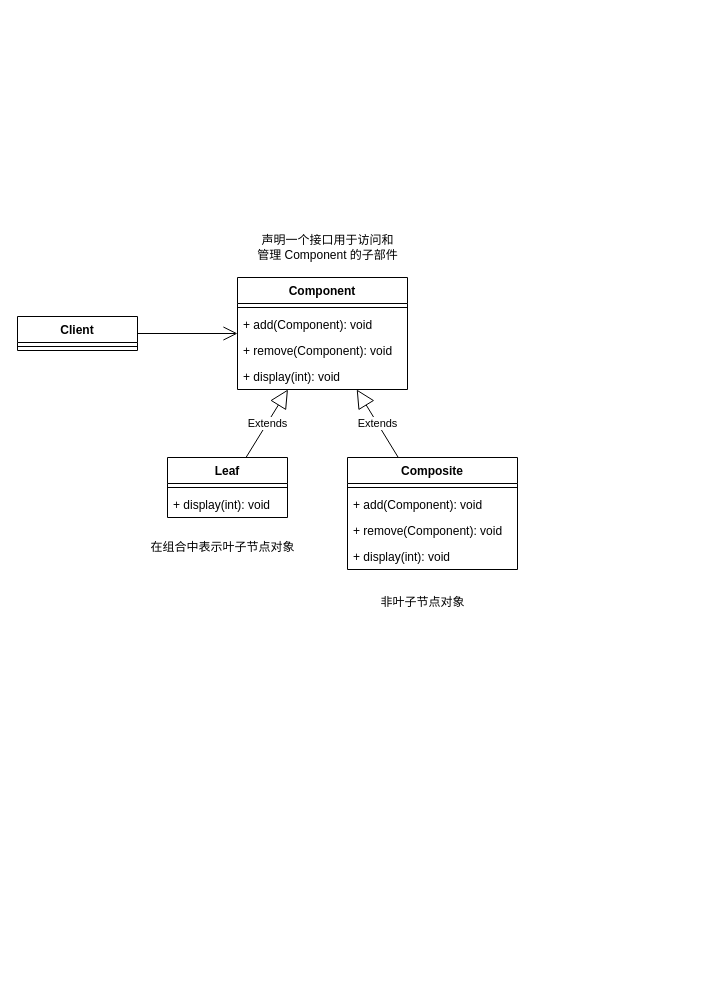
Above: page "组合、迭代器、单例" (6 of 8) of 设计模式.drawio in studeyang/drawio-workspace (draw.io), before the change. Source tidied: cells renumbered, new cells numbered last; positions are measured from the earlier drawing's top-left corner, leaving out a move shared by most shapes. Both pictures are drawn from the tidied source at 100%, with x=0, y=0 at pixel (17, 227).
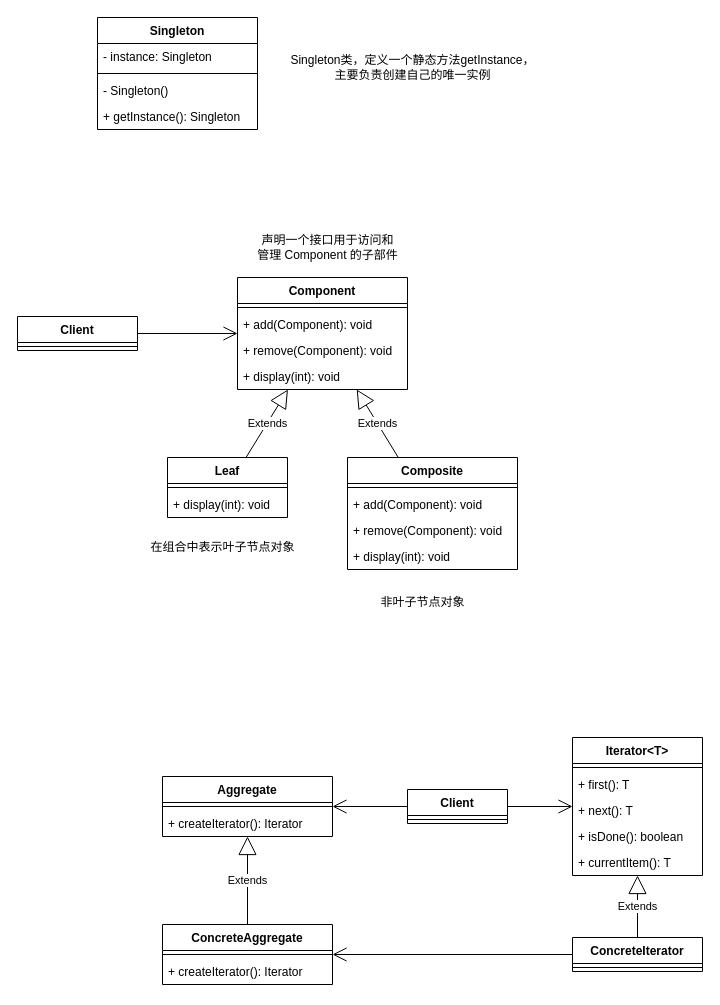
Above is the later version.

Diff of the diagram source:
```diff
@@
+    <mxCell id="23" value="Aggregate" style="swimlane;fontStyle=1;align=center;verticalAlign=top;horizontal=1;startSize=26;rounded=0;" parent="1" vertex="1">
+      <mxGeometry x="145" y="549" width="170" height="60" as="geometry" />
+    </mxCell>
+    <mxCell id="24" style="line;strokeWidth=1;fillColor=none;align=left;verticalAlign=middle;spacingTop=-1;spacingLeft=3;spacingRight=3;labelPosition=right;strokeColor=inherit;rounded=0;" parent="23" vertex="1">
+      <mxGeometry y="26" width="170" height="8" as="geometry" />
+    </mxCell>
+    <mxCell id="25" value="+ createIterator(): Iterator" style="text;strokeColor=none;fillColor=none;align=left;verticalAlign=top;spacingLeft=4;spacingRight=4;overflow=hidden;rounded=0;" parent="23" vertex="1">
+      <mxGeometry y="34" width="170" height="26" as="geometry" />
+    </mxCell>
+    <mxCell id="26" value="ConcreteAggregate" style="swimlane;fontStyle=1;align=center;verticalAlign=top;horizontal=1;startSize=26;rounded=0;" parent="1" vertex="1">
+      <mxGeometry x="145" y="697" width="170" height="60" as="geometry" />
+    </mxCell>
+    <mxCell id="27" style="line;strokeWidth=1;fillColor=none;align=left;verticalAlign=middle;spacingTop=-1;spacingLeft=3;spacingRight=3;labelPosition=right;strokeColor=inherit;rounded=0;" parent="26" vertex="1">
+      <mxGeometry y="26" width="170" height="8" as="geometry" />
+    </mxCell>
+    <mxCell id="28" value="+ createIterator(): Iterator" style="text;strokeColor=none;fillColor=none;align=left;verticalAlign=top;spacingLeft=4;spacingRight=4;overflow=hidden;rounded=0;" parent="26" vertex="1">
+      <mxGeometry y="34" width="170" height="26" as="geometry" />
+    </mxCell>
+    <mxCell id="29" value="Client" style="swimlane;fontStyle=1;align=center;verticalAlign=top;horizontal=1;startSize=26;rounded=0;" parent="1" vertex="1">
+      <mxGeometry x="390" y="562" width="100" height="34" as="geometry" />
+    </mxCell>
+    <mxCell id="30" style="line;strokeWidth=1;fillColor=none;align=left;verticalAlign=middle;spacingTop=-1;spacingLeft=3;spacingRight=3;labelPosition=right;strokeColor=inherit;rounded=0;" parent="29" vertex="1">
+      <mxGeometry y="26" width="100" height="8" as="geometry" />
+    </mxCell>
+    <mxCell id="31" style="endArrow=open;endFill=1;endSize=12;html=1;" parent="1" edge="1" source="29" target="23">
+      <mxGeometry relative="1" as="geometry" />
+    </mxCell>
+    <mxCell id="32" value="Extends" style="endArrow=block;endSize=16;endFill=0;html=1;" parent="1" edge="1" source="26" target="23">
+      <mxGeometry relative="1" as="geometry" />
+    </mxCell>
+    <mxCell id="33" value="Iterator&lt;T&gt;" style="swimlane;fontStyle=1;align=center;verticalAlign=top;horizontal=1;startSize=26;rounded=0;" parent="1" vertex="1">
+      <mxGeometry x="555" y="510" width="130" height="138" as="geometry" />
+    </mxCell>
+    <mxCell id="34" style="line;strokeWidth=1;fillColor=none;align=left;verticalAlign=middle;spacingTop=-1;spacingLeft=3;spacingRight=3;labelPosition=right;strokeColor=inherit;rounded=0;" parent="33" vertex="1">
+      <mxGeometry y="26" width="130" height="8" as="geometry" />
+    </mxCell>
+    <mxCell id="35" value="+ first(): T" style="text;strokeColor=none;fillColor=none;align=left;verticalAlign=top;spacingLeft=4;spacingRight=4;overflow=hidden;rounded=0;" parent="33" vertex="1">
+      <mxGeometry y="34" width="130" height="26" as="geometry" />
+    </mxCell>
+    <mxCell id="36" value="+ next(): T" style="text;strokeColor=none;fillColor=none;align=left;verticalAlign=top;spacingLeft=4;spacingRight=4;overflow=hidden;rounded=0;" parent="33" vertex="1">
+      <mxGeometry y="60" width="130" height="26" as="geometry" />
+    </mxCell>
+    <mxCell id="37" value="+ isDone(): boolean" style="text;strokeColor=none;fillColor=none;align=left;verticalAlign=top;spacingLeft=4;spacingRight=4;overflow=hidden;rounded=0;" parent="33" vertex="1">
+      <mxGeometry y="86" width="130" height="26" as="geometry" />
+    </mxCell>
+    <mxCell id="38" value="+ currentItem(): T" style="text;strokeColor=none;fillColor=none;align=left;verticalAlign=top;spacingLeft=4;spacingRight=4;overflow=hidden;rounded=0;" parent="33" vertex="1">
+      <mxGeometry y="112" width="130" height="26" as="geometry" />
+    </mxCell>
+    <mxCell id="39" style="endArrow=open;endFill=1;endSize=12;html=1;" parent="1" edge="1" source="29" target="33">
+      <mxGeometry relative="1" as="geometry" />
+    </mxCell>
+    <mxCell id="40" value="ConcreteIterator" style="swimlane;fontStyle=1;align=center;verticalAlign=top;horizontal=1;startSize=26;rounded=0;" parent="1" vertex="1">
+      <mxGeometry x="555" y="710" width="130" height="34" as="geometry" />
+    </mxCell>
+    <mxCell id="41" style="line;strokeWidth=1;fillColor=none;align=left;verticalAlign=middle;spacingTop=-1;spacingLeft=3;spacingRight=3;labelPosition=right;strokeColor=inherit;rounded=0;" parent="40" vertex="1">
+      <mxGeometry y="26" width="130" height="8" as="geometry" />
+    </mxCell>
+    <mxCell id="42" style="endArrow=open;endFill=1;endSize=12;html=1;" parent="1" edge="1" source="40" target="26">
+      <mxGeometry relative="1" as="geometry" />
+    </mxCell>
+    <mxCell id="43" value="Extends" style="endArrow=block;endSize=16;endFill=0;html=1;" parent="1" edge="1" source="40" target="33">
+      <mxGeometry relative="1" as="geometry" />
+    </mxCell>
+    <mxCell id="44" value="Singleton" style="swimlane;fontStyle=1;align=center;verticalAlign=top;horizontal=1;startSize=26;rounded=0;" parent="1" vertex="1">
+      <mxGeometry x="80" y="-210" width="160" height="112" as="geometry" />
+    </mxCell>
+    <mxCell id="45" value="- instance: Singleton" style="text;strokeColor=none;fillColor=none;align=left;verticalAlign=top;spacingLeft=4;spacingRight=4;overflow=hidden;rounded=0;" parent="44" vertex="1">
+      <mxGeometry y="26" width="160" height="26" as="geometry" />
+    </mxCell>
+    <mxCell id="46" style="line;strokeWidth=1;fillColor=none;align=left;verticalAlign=middle;spacingTop=-1;spacingLeft=3;spacingRight=3;labelPosition=right;strokeColor=inherit;rounded=0;" parent="44" vertex="1">
+      <mxGeometry y="52" width="160" height="8" as="geometry" />
+    </mxCell>
+    <mxCell id="47" value="- Singleton()" style="text;strokeColor=none;fillColor=none;align=left;verticalAlign=top;spacingLeft=4;spacingRight=4;overflow=hidden;rounded=0;" parent="44" vertex="1">
+      <mxGeometry y="60" width="160" height="26" as="geometry" />
+    </mxCell>
+    <mxCell id="48" value="+ getInstance(): Singleton" style="text;strokeColor=none;fillColor=none;align=left;verticalAlign=top;spacingLeft=4;spacingRight=4;overflow=hidden;rounded=0;" parent="44" vertex="1">
+      <mxGeometry y="86" width="160" height="26" as="geometry" />
+    </mxCell>
+    <mxCell id="49" value="Singleton类，定义一个静态方法getInstance，&lt;br&gt;主要负责创建自己的唯一实例" style="text;html=1;align=center;verticalAlign=middle;strokeColor=none;fillColor=none;" parent="1" vertex="1">
+      <mxGeometry x="260" y="-180" width="270" height="40" as="geometry" />
+    </mxCell>
```
